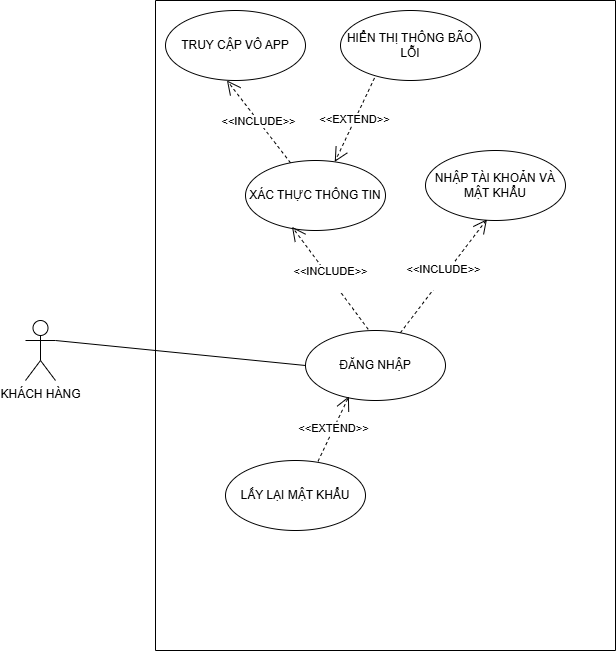
LeQuan114/cinema_system keeps this draw.io diagram as login.drawio.png. Above is the earlier version. Source tidied: cells renumbered, new cells last; positions are measured from the earlier drawing's top-left corner, leaving out a move shared by most shapes.
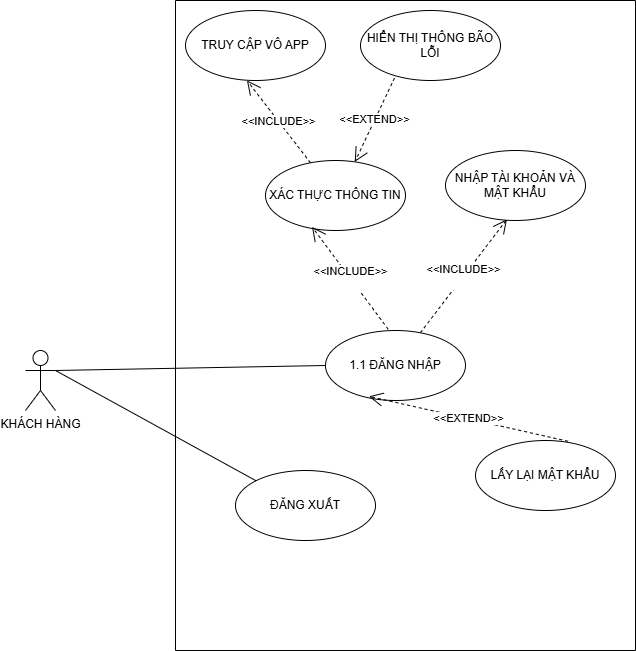
After the change.

Diff of the diagram source:
```diff
@@ -5,7 +5,7 @@
     <mxCell id="2" style="swimlane;startSize=0;" parent="1" vertex="1">
       <mxGeometry x="130" width="460" height="650" as="geometry" />
     </mxCell>
-    <mxCell id="3" value="ĐĂNG NHẬP" style="ellipse;whiteSpace=wrap;html=1;" parent="2" vertex="1">
+    <mxCell id="3" value="1.1 ĐĂNG NHẬP" style="ellipse;whiteSpace=wrap;html=1;" parent="2" vertex="1">
       <mxGeometry x="150" y="330" width="140" height="70" as="geometry" />
     </mxCell>
     <mxCell id="4" value="XÁC THỰC THÔNG TIN" style="ellipse;whiteSpace=wrap;html=1;" parent="2" vertex="1">
@@ -37,16 +37,22 @@
       </mxGeometry>
     </mxCell>
     <mxCell id="12" value="LẤY LẠI MẬT KHẨU" style="ellipse;whiteSpace=wrap;html=1;" parent="2" vertex="1">
-      <mxGeometry x="70" y="460" width="140" height="70" as="geometry" />
+      <mxGeometry x="300" y="440" width="140" height="70" as="geometry" />
     </mxCell>
     <mxCell id="13" value="&amp;lt;&amp;lt;EXTEND&amp;gt;&amp;gt;" style="endArrow=open;endSize=12;dashed=1;html=1;rounded=0;exitX=0.661;exitY=0.011;exitDx=0;exitDy=0;exitPerimeter=0;entryX=0.31;entryY=0.941;entryDx=0;entryDy=0;entryPerimeter=0;" parent="2" edge="1" source="12" target="3">
       <mxGeometry relative="1" as="geometry" />
     </mxCell>
+    <mxCell id="16" value="ĐĂNG XUẤT" style="ellipse;whiteSpace=wrap;html=1;" parent="2" vertex="1">
+      <mxGeometry x="60" y="470" width="140" height="70" as="geometry" />
+    </mxCell>
     <mxCell id="14" value="KHÁCH HÀNG&lt;div&gt;&lt;br&gt;&lt;/div&gt;" style="shape=umlActor;verticalLabelPosition=bottom;verticalAlign=top;html=1;outlineConnect=0;" parent="1" vertex="1">
-      <mxGeometry y="320" width="30" height="60" as="geometry" />
+      <mxGeometry x="-20" y="350" width="30" height="60" as="geometry" />
     </mxCell>
     <mxCell id="15" style="endArrow=none;html=1;rounded=0;entryX=0;entryY=0.5;entryDx=0;entryDy=0;exitX=1;exitY=0.3333333333333333;exitDx=0;exitDy=0;exitPerimeter=0;" parent="1" edge="1" source="14" target="3">
       <mxGeometry relative="1" as="geometry" />
     </mxCell>
+    <mxCell id="17" style="endArrow=none;html=1;rounded=0;exitX=1;exitY=0.3333333333333333;exitDx=0;exitDy=0;exitPerimeter=0;entryX=0;entryY=0;entryDx=0;entryDy=0;" parent="1" edge="1" source="14" target="16">
+      <mxGeometry relative="1" as="geometry" />
+    </mxCell>
   </root>
 </mxGraphModel>
```
